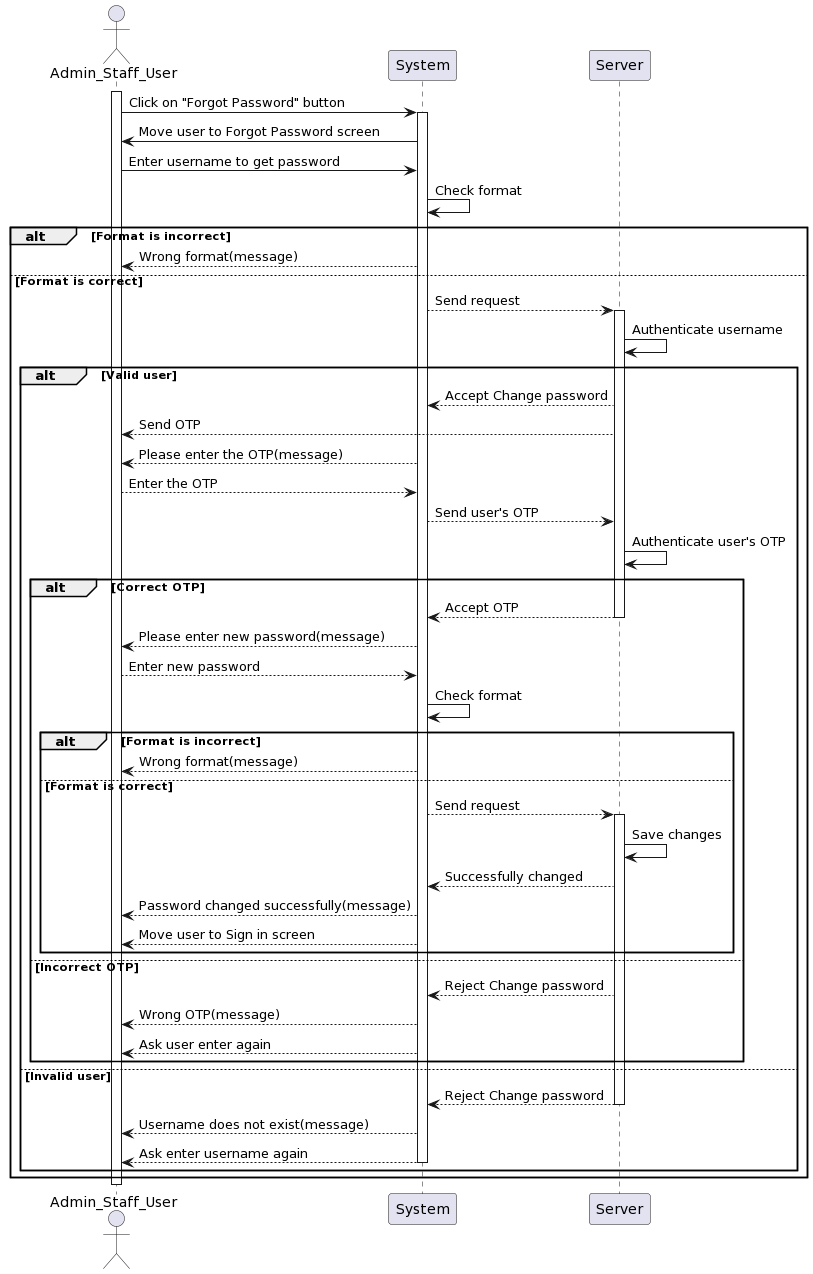
Earlier version of the PlantUML export Lab1/Lab1.2/SequenceDiagram/Authentication/ForgotPassword/ForgotPassword_SequenceDiagram.png (khoapham1003/SE357-Pratice-class).
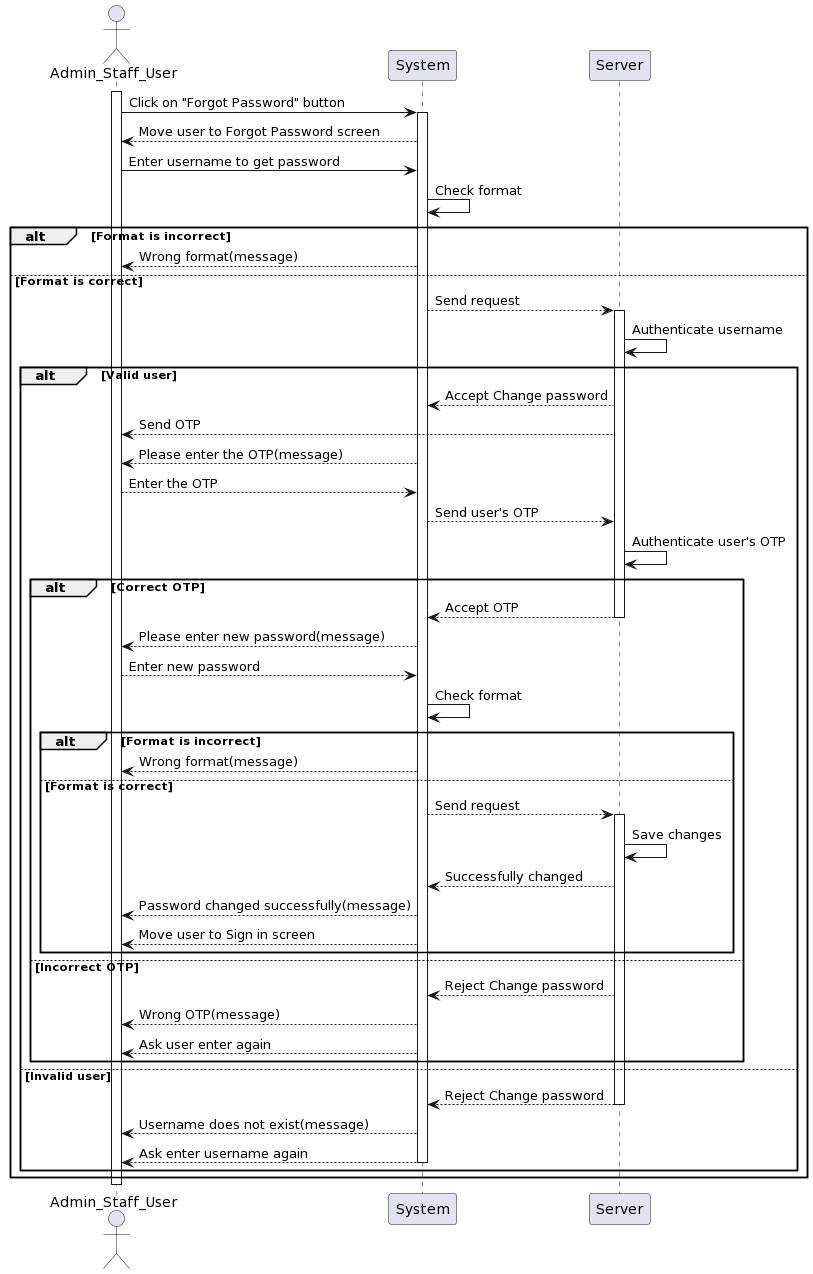
Above is the later version.

Change to the diagram source:
```diff
@@ -6,7 +6,7 @@
 activate User
 User -> System: Click on "Forgot Password" button
 activate System
-System -> User: Move user to Forgot Password screen
+System --> User: Move user to Forgot Password screen
 User -> System: Enter username to get password
 System -> System: Check format
 alt Format is incorrect
```
